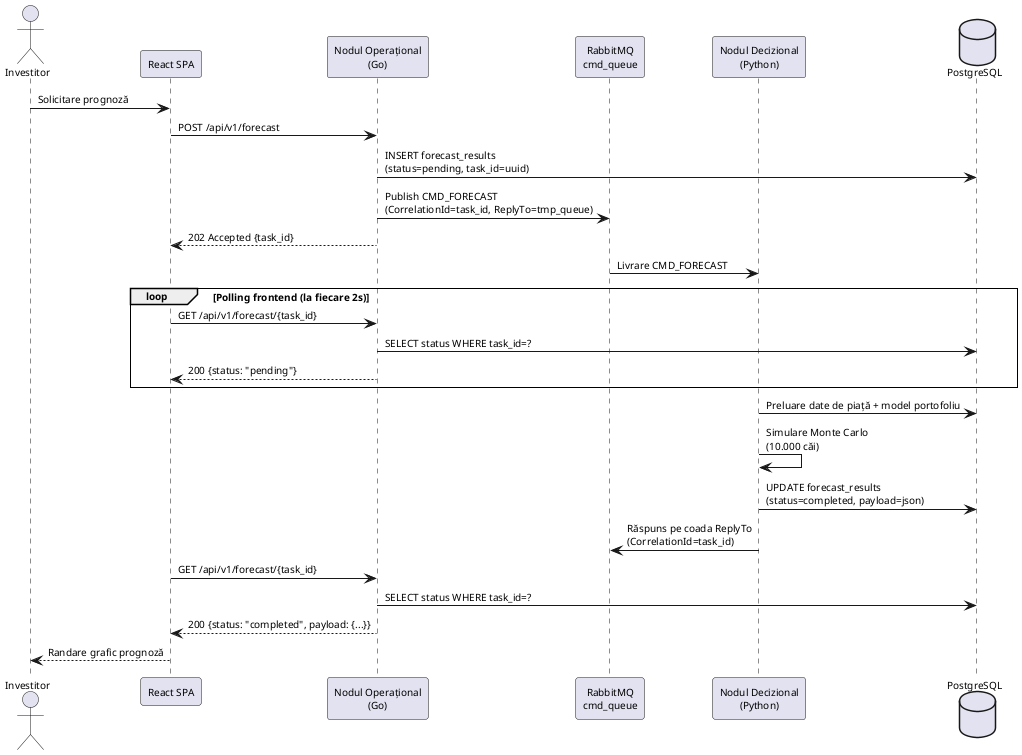
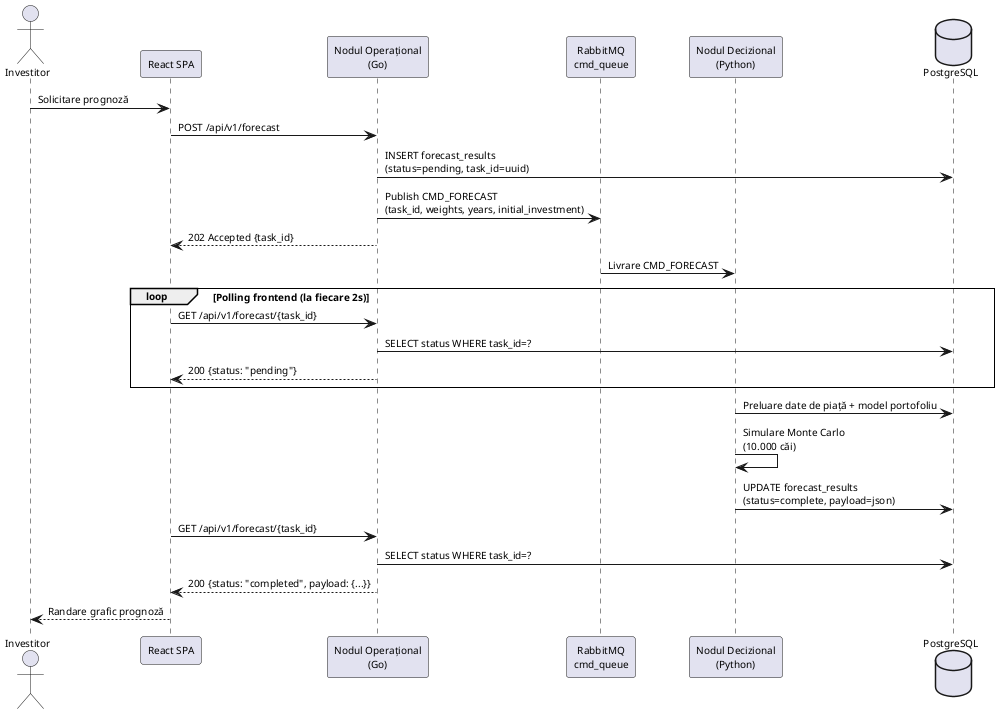
@startuml InvestPilot-Sequence-Forecast-RO
skinparam defaultFontSize 10
skinparam defaultFontName Arial
skinparam sequenceArrowThickness 1
skinparam sequenceGroupBorderThickness 1

actor "Investitor" as User
participant "React SPA" as SPA
participant "Nodul Operațional\n(Go)" as Go
participant "RabbitMQ\ncmd_queue" as MQ
participant "Nodul Decizional\n(Python)" as Python
database "PostgreSQL" as DB

User -> SPA : Solicitare prognoză
SPA -> Go : POST /api/v1/forecast

Go -> DB : INSERT forecast_results\n(status=pending, task_id=uuid)
- Go -> MQ : Publish CMD_FORECAST\n(CorrelationId=task_id, ReplyTo=tmp_queue)
+ Go -> MQ : Publish CMD_FORECAST\n(task_id, weights, years, initial_investment)
Go --> SPA : 202 Accepted {task_id}

MQ -> Python : Livrare CMD_FORECAST

loop Polling frontend (la fiecare 2s)
    SPA -> Go : GET /api/v1/forecast/{task_id}
    Go -> DB : SELECT status WHERE task_id=?
    Go --> SPA : 200 {status: "pending"}
end

Python -> DB : Preluare date de piață + model portofoliu
Python -> Python : Simulare Monte Carlo\n(10.000 căi)
- Python -> DB : UPDATE forecast_results\n(status=completed, payload=json)
- Python -> MQ : Răspuns pe coada ReplyTo\n(CorrelationId=task_id)
+ Python -> DB : UPDATE forecast_results\n(status=complete, payload=json)

SPA -> Go : GET /api/v1/forecast/{task_id}
Go -> DB : SELECT status WHERE task_id=?
Go --> SPA : 200 {status: "completed", payload: {...}}
SPA --> User : Randare grafic prognoză
@enduml
